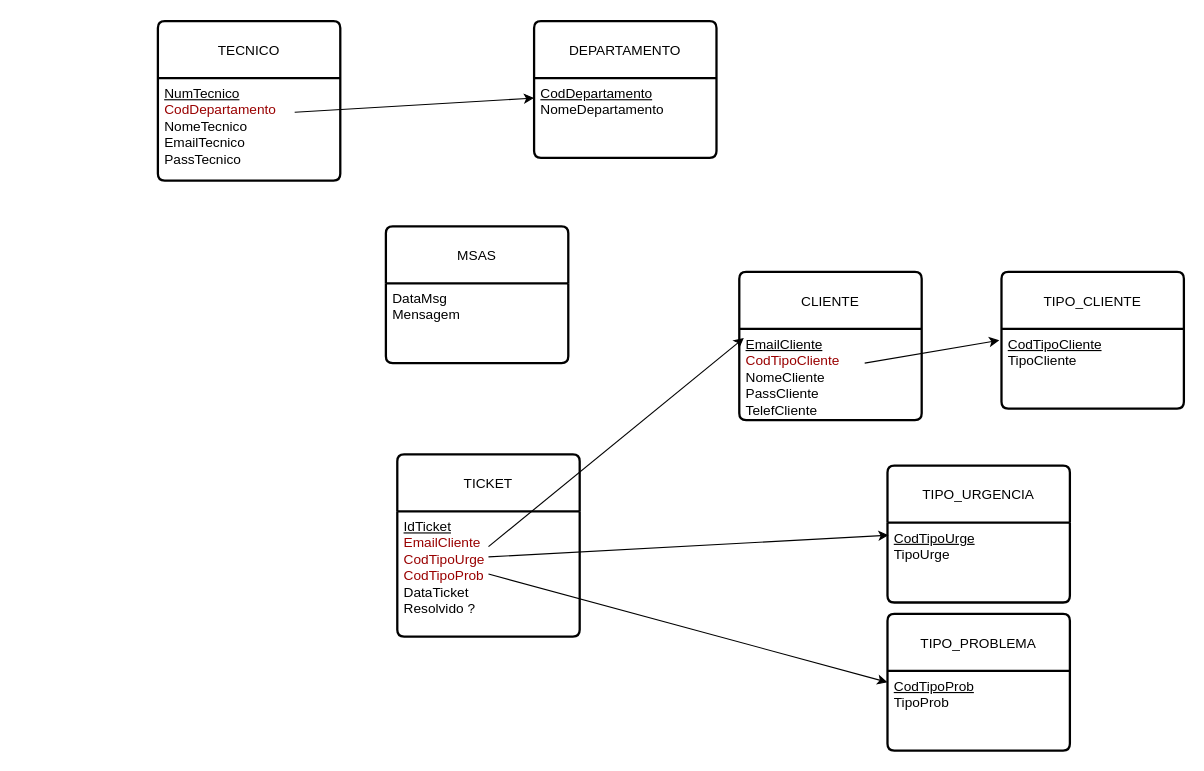
Earlier version of the draw.io diagram DiagramaSistemaTicket.drawio (Afas09/Analise-de-Sistemas). Source tidied: cells renumbered, new cells numbered last; positions are measured from the earlier drawing's top-left corner, leaving out a move shared by most shapes. Both pictures are drawn from the tidied source at 114%, with x=0, y=0 at pixel (157, 21).
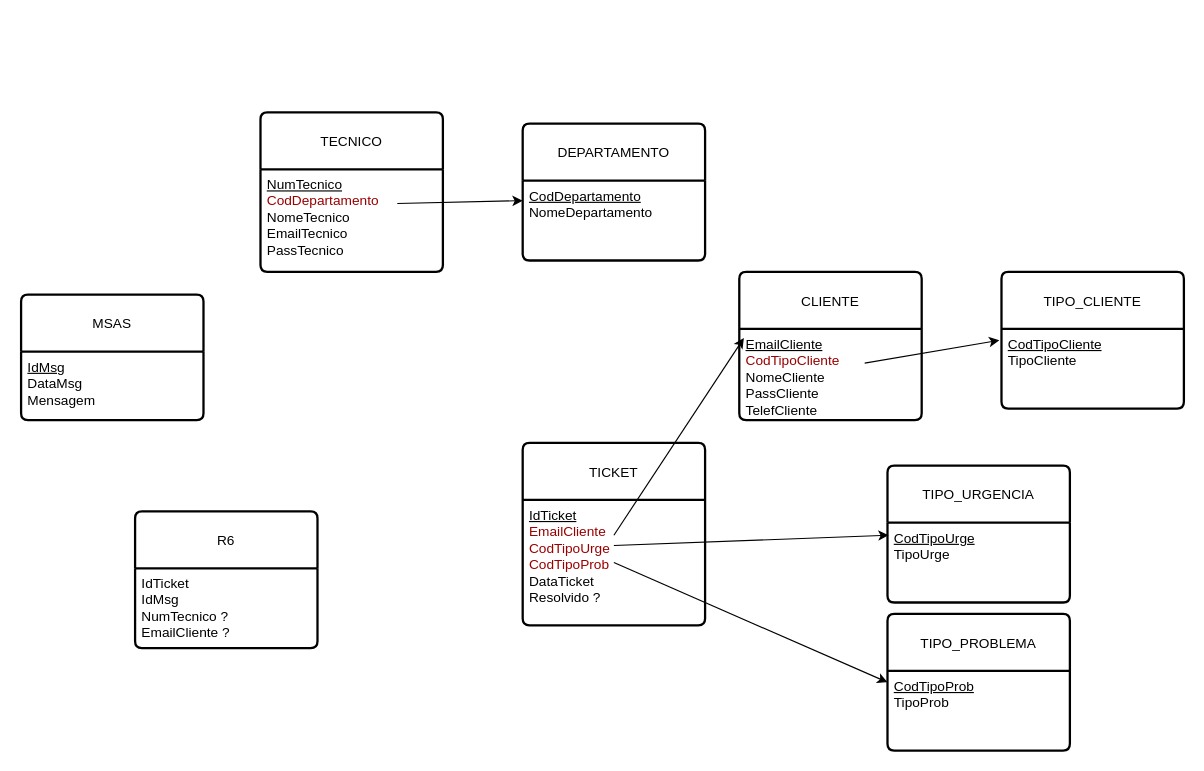
Above is the later version.

The edit, as a diff of the source:
```diff
@@
     <mxCell id="2" value="&lt;span style=&quot;font-size: 12px;&quot;&gt;DEPARTAMENTO&lt;/span&gt;" style="swimlane;horizontal=1;startSize=50;rounded=1;fontSize=14;fontStyle=0;strokeWidth=2;shadow=0;dashed=0;align=center;arcSize=4;whiteSpace=wrap;html=1;" parent="1" vertex="1">
-      <mxGeometry x="330" width="160" height="120" as="geometry" />
+      <mxGeometry x="320" y="90" width="160" height="120" as="geometry" />
     </mxCell>
@@
     <mxCell id="4" value="&lt;span style=&quot;font-size: 12px;&quot;&gt;TECNICO&lt;/span&gt;" style="swimlane;horizontal=1;startSize=50;rounded=1;fontSize=14;fontStyle=0;strokeWidth=2;shadow=0;dashed=0;align=center;arcSize=4;whiteSpace=wrap;html=1;" parent="1" vertex="1">
-      <mxGeometry width="160" height="140" as="geometry" />
+      <mxGeometry x="90" y="80" width="160" height="140" as="geometry" />
     </mxCell>
@@
     <mxCell id="12" value="&lt;span style=&quot;font-size: 12px;&quot;&gt;MSAS&lt;/span&gt;" style="swimlane;horizontal=1;startSize=50;rounded=1;fontSize=14;fontStyle=0;strokeWidth=2;shadow=0;dashed=0;align=center;arcSize=4;whiteSpace=wrap;html=1;" parent="1" vertex="1">
-      <mxGeometry x="200" y="180" width="160" height="120" as="geometry" />
+      <mxGeometry x="-120" y="240" width="160" height="110" as="geometry" />
     </mxCell>
-    <mxCell id="13" value="DataMsg&lt;div&gt;Mensagem&lt;/div&gt;" style="align=left;strokeColor=none;fillColor=none;spacingLeft=4;spacingRight=4;fontSize=12;verticalAlign=top;html=1;whiteSpace=wrap;" parent="12" vertex="1">
-      <mxGeometry y="50" width="160" height="70" as="geometry" />
+    <mxCell id="13" value="&lt;div&gt;&lt;u&gt;IdMsg&lt;/u&gt;&lt;/div&gt;DataMsg&lt;div&gt;Mensagem&lt;/div&gt;" style="align=left;strokeColor=none;fillColor=none;spacingLeft=4;spacingRight=4;fontSize=12;verticalAlign=top;html=1;whiteSpace=wrap;" parent="12" vertex="1">
+      <mxGeometry y="50" width="160" height="60" as="geometry" />
     </mxCell>
@@
     <mxCell id="18" value="&lt;span style=&quot;font-size: 12px;&quot;&gt;TICKET&lt;/span&gt;" style="swimlane;horizontal=1;startSize=50;rounded=1;fontSize=14;fontStyle=0;strokeWidth=2;shadow=0;dashed=0;align=center;arcSize=4;whiteSpace=wrap;html=1;" parent="1" vertex="1">
-      <mxGeometry x="210" y="380" width="160" height="160" as="geometry" />
+      <mxGeometry x="320" y="370" width="160" height="160" as="geometry" />
     </mxCell>
@@
+    <mxCell id="23" value="&lt;span style=&quot;font-size: 12px;&quot;&gt;R6&lt;/span&gt;" style="swimlane;horizontal=1;startSize=50;rounded=1;fontSize=14;fontStyle=0;strokeWidth=2;shadow=0;dashed=0;align=center;arcSize=4;whiteSpace=wrap;html=1;" parent="1" vertex="1">
+      <mxGeometry x="-20" y="430" width="160" height="120" as="geometry" />
+    </mxCell>
+    <mxCell id="24" value="&lt;div&gt;&lt;span&gt;&lt;font&gt;IdTicket&lt;/font&gt;&lt;/span&gt;&lt;/div&gt;&lt;div&gt;&lt;font&gt;IdMsg&lt;/font&gt;&lt;/div&gt;&lt;div&gt;&lt;span style=&quot;background-color: transparent;&quot;&gt;&lt;font&gt;NumTecnico ?&lt;/font&gt;&lt;/span&gt;&lt;/div&gt;&lt;div&gt;&lt;span style=&quot;background-color: transparent;&quot;&gt;&lt;font&gt;EmailCliente ?&lt;/font&gt;&lt;/span&gt;&lt;/div&gt;&lt;div&gt;&lt;br&gt;&lt;/div&gt;" style="align=left;strokeColor=none;fillColor=none;spacingLeft=4;spacingRight=4;fontSize=12;verticalAlign=top;html=1;whiteSpace=wrap;" parent="23" vertex="1">
+      <mxGeometry y="50" width="160" height="70" as="geometry" />
+    </mxCell>
```
